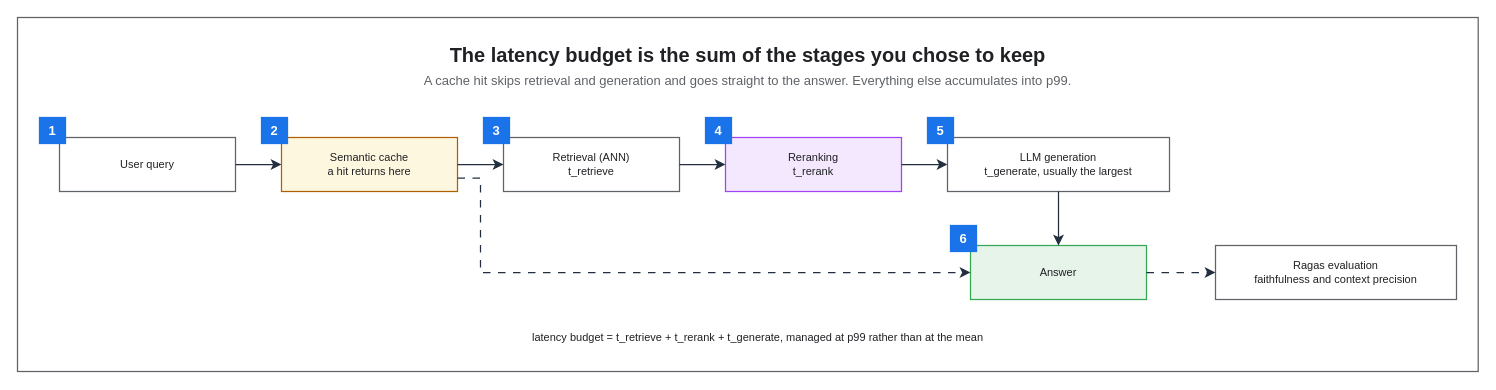
KKamJi98/kkamji98.github.io keeps this draw.io diagram as assets/img/ai/rag-06-latency-eval.drawio. Above is the earlier version. Source tidied: cells renumbered, new cells numbered last; positions are measured from the earlier drawing's top-left corner, leaving out a move shared by most shapes. Both pictures are drawn from the tidied source at 100%, with x=0, y=0 at pixel (17, 17).
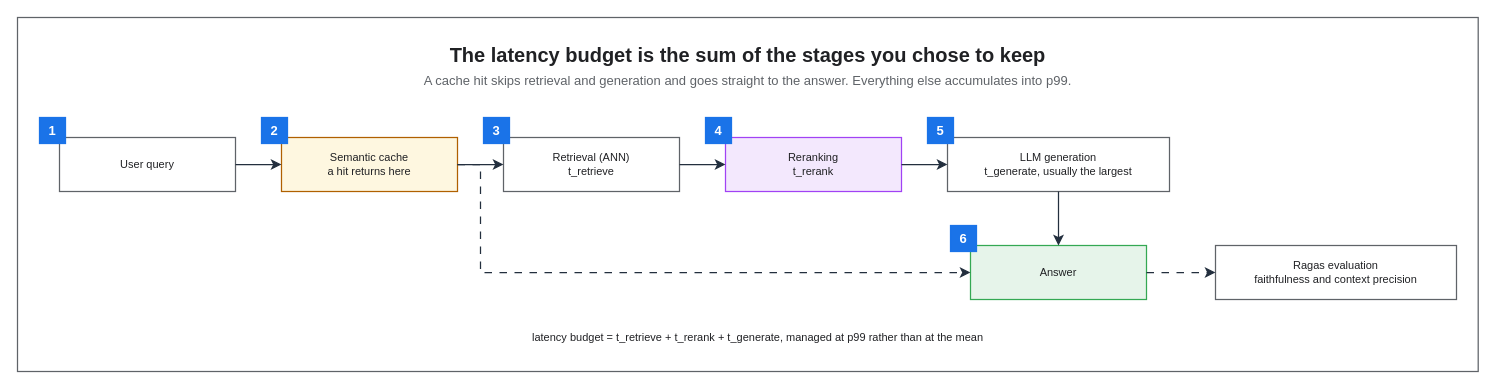
After the change.

Unchanged cells that the change refers to:
```xml
<mxCell id="6" value="Semantic cache&#10;a hit returns here" style="rounded=0;whiteSpace=wrap;html=0;fillColor=#FEF7E0;strokeColor=#B06000;fontColor=#202124;fontSize=11;fontStyle=0;align=center;verticalAlign=middle;spacingLeft=6;spacingRight=6;strokeWidth=1.25;" parent="1" vertex="1">
  <mxGeometry x="264" y="120" width="176" height="54" as="geometry" />
</mxCell>
<mxCell id="10" value="Answer" style="rounded=0;whiteSpace=wrap;html=0;fillColor=#E6F4EA;strokeColor=#34A853;fontColor=#202124;fontSize=11;fontStyle=0;align=center;verticalAlign=middle;spacingLeft=6;spacingRight=6;strokeWidth=1.25;" parent="1" vertex="1">
  <mxGeometry x="953" y="228" width="176" height="54" as="geometry" />
</mxCell>
```

Diff of the diagram source:
```diff
@@
-    <mxCell id="24" style="edgeStyle=orthogonalEdgeStyle;rounded=0;html=0;strokeColor=#232F3E;strokeWidth=1.25;endArrow=classic;endFill=1;endSize=7;fontSize=11;fontColor=#202124;labelBackgroundColor=none;jettySize=14;dashed=1;dashPattern=6 6;exitX=1;exitY=0.75;entryX=0;entryY=0.5;exitDx=0;exitDy=0;entryDx=0;entryDy=0;" parent="1" edge="1" source="6" target="10">
+    <mxCell id="24" style="edgeStyle=orthogonalEdgeStyle;rounded=0;html=0;strokeColor=#232F3E;strokeWidth=1.25;endArrow=classic;endFill=1;endSize=7;fontSize=11;fontColor=#202124;labelBackgroundColor=none;jettySize=14;dashed=1;dashPattern=6 6;exitX=1;exitY=0.5;entryX=0;entryY=0.5;exitDx=0;exitDy=0;entryDx=0;entryDy=0;" parent="1" edge="1" source="6" target="10">
       <mxGeometry relative="1" as="geometry">
         <Array as="points">
-          <mxPoint x="463" y="160.5" />
+          <mxPoint x="463" y="147" />
           <mxPoint x="463" y="255" />
         </Array>
       </mxGeometry>
     </mxCell>
```
